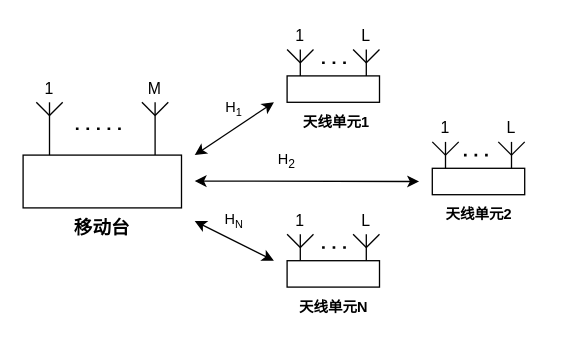
Above: Diagram3.drawio in jianjian-AI/Hello-Github (draw.io), before the change. Source tidied: cells renumbered, new cells numbered last; positions are measured from the earlier drawing's top-left corner, leaving out a move shared by most shapes. Both pictures are drawn from the tidied source at 132%, with x=0, y=0 at pixel (22, 22).
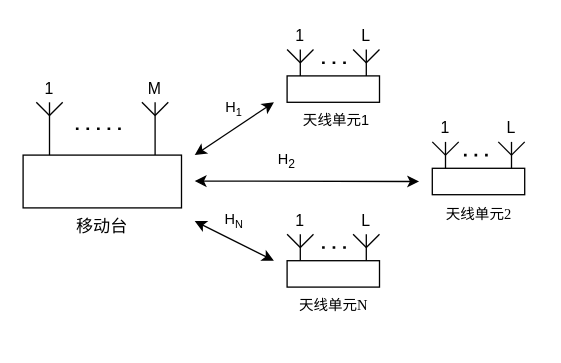
After the change.

Diff of the diagram source:
```diff
@@
-    <mxCell id="3" value="&lt;h3&gt;移动台&lt;/h3&gt;" style="text;html=1;strokeColor=none;fillColor=none;align=center;verticalAlign=middle;whiteSpace=wrap;rounded=0;" parent="1" vertex="1">
+    <mxCell id="3" value="&lt;pre&gt;&lt;font face=&quot;Times New Roman&quot; style=&quot;font-size: 13px;&quot;&gt;移动台&lt;/font&gt;&lt;/pre&gt;" style="text;html=1;strokeColor=none;fillColor=none;align=center;verticalAlign=middle;whiteSpace=wrap;rounded=0;" parent="1" vertex="1">
       <mxGeometry x="30" y="140" width="60" height="30" as="geometry" />
     </mxCell>
@@
-    <mxCell id="37" value="&lt;h6&gt;&lt;font style=&quot;font-size: 11px&quot;&gt;天线单元1&lt;/font&gt;&lt;/h6&gt;" style="text;html=1;strokeColor=none;fillColor=none;align=center;verticalAlign=middle;whiteSpace=wrap;rounded=0;" parent="1" vertex="1">
+    <mxCell id="37" value="&lt;pre&gt;&lt;font face=&quot;Helvetica&quot; style=&quot;font-size: 11px&quot;&gt;天线单元1&lt;/font&gt;&lt;/pre&gt;" style="text;html=1;strokeColor=none;fillColor=none;align=center;verticalAlign=middle;whiteSpace=wrap;rounded=0;" parent="1" vertex="1">
       <mxGeometry x="205" y="60" width="65" height="30" as="geometry" />
     </mxCell>
-    <mxCell id="38" value="&lt;h6&gt;&lt;font style=&quot;font-size: 11px&quot;&gt;天线单元2&lt;/font&gt;&lt;/h6&gt;" style="text;html=1;strokeColor=none;fillColor=none;align=center;verticalAlign=middle;whiteSpace=wrap;rounded=0;" parent="1" vertex="1">
+    <mxCell id="38" value="&lt;h6&gt;&lt;font face=&quot;Times New Roman&quot; style=&quot;font-size: 11px; font-weight: normal;&quot;&gt;天线单元2&lt;/font&gt;&lt;/h6&gt;" style="text;html=1;strokeColor=none;fillColor=none;align=center;verticalAlign=middle;whiteSpace=wrap;rounded=0;" parent="1" vertex="1">
       <mxGeometry x="312.5" y="130" width="65" height="30" as="geometry" />
     </mxCell>
-    <mxCell id="39" value="&lt;h6&gt;&lt;font style=&quot;font-size: 11px&quot;&gt;天线单元N&lt;/font&gt;&lt;/h6&gt;" style="text;html=1;strokeColor=none;fillColor=none;align=center;verticalAlign=middle;whiteSpace=wrap;rounded=0;" parent="1" vertex="1">
+    <mxCell id="39" value="&lt;pre&gt;&lt;font face=&quot;Times New Roman&quot; style=&quot;font-size: 11px&quot;&gt;天线单元N&lt;/font&gt;&lt;/pre&gt;" style="text;html=1;strokeColor=none;fillColor=none;align=center;verticalAlign=middle;whiteSpace=wrap;rounded=0;" parent="1" vertex="1">
       <mxGeometry x="202.5" y="200" width="65" height="30" as="geometry" />
     </mxCell>
```
